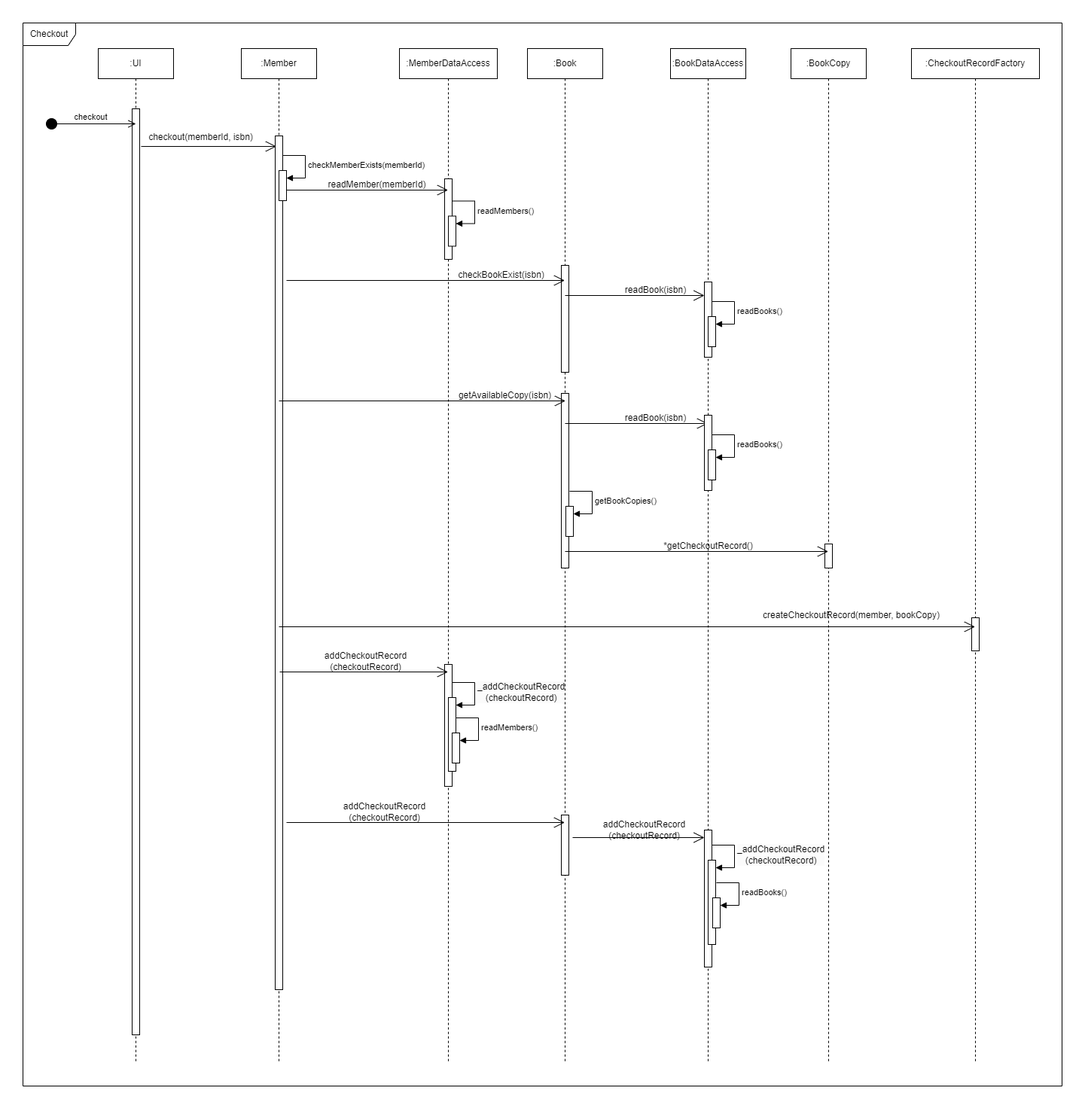
Bishnupkl/mppProject keeps this draw.io diagram as src/Diagram/Sequence/Checkout.png. Above is the earlier version. Source tidied: cells renumbered, new cells last; positions are measured from the earlier drawing's top-left corner, leaving out a move shared by most shapes. Its diagram source:
```xml
<mxGraphModel>
  <root>
    <mxCell id="0" />
    <mxCell id="1" parent="0" />
    <mxCell id="2" value=":UI" style="shape=umlLifeline;perimeter=lifelinePerimeter;whiteSpace=wrap;html=1;newEdgeStyle={&quot;curved&quot;:0,&quot;rounded&quot;:0};" parent="1" vertex="1">
      <mxGeometry x="100" y="34" width="100" height="1348" as="geometry" />
    </mxCell>
    <mxCell id="3" style="html=1;perimeter=orthogonalPerimeter;targetShapes=umlLifeline;newEdgeStyle={&quot;curved&quot;:0,&quot;rounded&quot;:0};" parent="2" vertex="1">
      <mxGeometry x="45" y="80" width="10" height="1230" as="geometry" />
    </mxCell>
    <mxCell id="4" value="checkout" style="html=1;verticalAlign=bottom;startArrow=circle;startFill=1;endArrow=open;startSize=6;endSize=8;curved=0;rounded=0;" parent="1" edge="1">
      <mxGeometry relative="1" as="geometry">
        <mxPoint x="30" y="134" as="sourcePoint" />
        <mxPoint x="150" y="134" as="targetPoint" />
      </mxGeometry>
    </mxCell>
    <mxCell id="5" style="endArrow=open;endFill=1;endSize=12;html=1;rounded=0;" parent="1" edge="1">
      <mxGeometry relative="1" as="geometry">
        <mxPoint x="157" y="164" as="sourcePoint" />
        <mxPoint x="336.5" y="164" as="targetPoint" />
      </mxGeometry>
    </mxCell>
    <mxCell id="6" value="checkout(memberId, isbn)" style="text;html=1;align=center;verticalAlign=middle;strokeColor=none;fillColor=none;" parent="1" vertex="1">
      <mxGeometry x="156" y="137" width="160" height="30" as="geometry" />
    </mxCell>
    <mxCell id="7" value=":Member" style="shape=umlLifeline;perimeter=lifelinePerimeter;whiteSpace=wrap;html=1;newEdgeStyle={&quot;curved&quot;:0,&quot;rounded&quot;:0};" parent="1" vertex="1">
      <mxGeometry x="290" y="34" width="100" height="1348" as="geometry" />
    </mxCell>
    <mxCell id="8" style="html=1;perimeter=orthogonalPerimeter;targetShapes=umlLifeline;newEdgeStyle={&quot;curved&quot;:0,&quot;rounded&quot;:0};" parent="7" vertex="1">
      <mxGeometry x="45" y="116" width="10" height="1134" as="geometry" />
    </mxCell>
    <mxCell id="9" style="html=1;points=[[0,0,0,0,5],[0,1,0,0,-5],[1,0,0,0,5],[1,1,0,0,-5]];perimeter=orthogonalPerimeter;outlineConnect=0;targetShapes=umlLifeline;portConstraint=eastwest;newEdgeStyle={&quot;curved&quot;:0,&quot;rounded&quot;:0};" parent="7" vertex="1">
      <mxGeometry x="50" y="162" width="10" height="40" as="geometry" />
    </mxCell>
    <mxCell id="10" value="checkMemberExists(memberId)" style="html=1;align=left;spacingLeft=2;endArrow=block;rounded=0;edgeStyle=orthogonalEdgeStyle;curved=0;rounded=0;" parent="7" edge="1" target="9">
      <mxGeometry relative="1" as="geometry">
        <mxPoint x="55" y="142" as="sourcePoint" />
        <Array as="points">
          <mxPoint x="85" y="172" />
        </Array>
      </mxGeometry>
    </mxCell>
    <mxCell id="11" value=":MemberDataAccess" style="shape=umlLifeline;perimeter=lifelinePerimeter;whiteSpace=wrap;html=1;outlineConnect=0;portConstraint=eastwest;newEdgeStyle={&quot;curved&quot;:0,&quot;rounded&quot;:0};" parent="1" vertex="1">
      <mxGeometry x="500" y="34" width="130" height="1348" as="geometry" />
    </mxCell>
    <mxCell id="12" style="html=1;perimeter=orthogonalPerimeter;targetShapes=umlLifeline;newEdgeStyle={&quot;curved&quot;:0,&quot;rounded&quot;:0};" parent="11" vertex="1">
      <mxGeometry x="60" y="173" width="10" height="107" as="geometry" />
    </mxCell>
    <mxCell id="13" style="html=1;points=[[0,0,0,0,5],[0,1,0,0,-5],[1,0,0,0,5],[1,1,0,0,-5]];perimeter=orthogonalPerimeter;outlineConnect=0;targetShapes=umlLifeline;portConstraint=eastwest;newEdgeStyle={&quot;curved&quot;:0,&quot;rounded&quot;:0};" parent="11" vertex="1">
      <mxGeometry x="65" y="222.5" width="10" height="40" as="geometry" />
    </mxCell>
    <mxCell id="14" value="readMembers()" style="html=1;align=left;spacingLeft=2;endArrow=block;rounded=0;edgeStyle=orthogonalEdgeStyle;curved=0;rounded=0;" parent="11" edge="1" target="13">
      <mxGeometry relative="1" as="geometry">
        <mxPoint x="70" y="202.5" as="sourcePoint" />
        <Array as="points">
          <mxPoint x="100" y="232.5" />
        </Array>
      </mxGeometry>
    </mxCell>
    <mxCell id="15" style="html=1;perimeter=orthogonalPerimeter;targetShapes=umlLifeline;newEdgeStyle={&quot;curved&quot;:0,&quot;rounded&quot;:0};" parent="11" vertex="1">
      <mxGeometry x="60" y="818" width="10" height="162" as="geometry" />
    </mxCell>
    <mxCell id="16" style="html=1;points=[[0,0,0,0,5],[0,1,0,0,-5],[1,0,0,0,5],[1,1,0,0,-5]];perimeter=orthogonalPerimeter;outlineConnect=0;targetShapes=umlLifeline;portConstraint=eastwest;newEdgeStyle={&quot;curved&quot;:0,&quot;rounded&quot;:0};" parent="11" vertex="1">
      <mxGeometry x="65" y="862" width="10" height="98" as="geometry" />
    </mxCell>
    <mxCell id="17" value="&lt;span style=&quot;font-size: 12px; text-align: center; background-color: rgb(251, 251, 251);&quot;&gt;_addCheckoutRecord&lt;/span&gt;&lt;div style=&quot;font-size: 12px; text-align: center; background-color: rgb(251, 251, 251);&quot;&gt;(checkoutRecord)&lt;/div&gt;" style="html=1;align=left;spacingLeft=2;endArrow=block;rounded=0;edgeStyle=orthogonalEdgeStyle;curved=0;rounded=0;" parent="11" edge="1" target="16">
      <mxGeometry relative="1" as="geometry">
        <mxPoint x="70" y="842" as="sourcePoint" />
        <Array as="points">
          <mxPoint x="100" y="872" />
        </Array>
      </mxGeometry>
    </mxCell>
    <mxCell id="18" style="html=1;points=[[0,0,0,0,5],[0,1,0,0,-5],[1,0,0,0,5],[1,1,0,0,-5]];perimeter=orthogonalPerimeter;outlineConnect=0;targetShapes=umlLifeline;portConstraint=eastwest;newEdgeStyle={&quot;curved&quot;:0,&quot;rounded&quot;:0};" parent="11" vertex="1">
      <mxGeometry x="70" y="909" width="10" height="40" as="geometry" />
    </mxCell>
    <mxCell id="19" value="readMembers()" style="html=1;align=left;spacingLeft=2;endArrow=block;rounded=0;edgeStyle=orthogonalEdgeStyle;curved=0;rounded=0;" parent="11" edge="1" target="18">
      <mxGeometry relative="1" as="geometry">
        <mxPoint x="75" y="889" as="sourcePoint" />
        <Array as="points">
          <mxPoint x="105" y="919" />
        </Array>
      </mxGeometry>
    </mxCell>
    <mxCell id="20" style="endArrow=open;endFill=1;endSize=12;html=1;rounded=0;" parent="1" edge="1" target="11">
      <mxGeometry relative="1" as="geometry">
        <mxPoint x="350" y="222" as="sourcePoint" />
      </mxGeometry>
    </mxCell>
    <mxCell id="21" value="readMember(memberId)" style="text;html=1;align=center;verticalAlign=middle;strokeColor=none;fillColor=none;" parent="1" vertex="1">
      <mxGeometry x="395" y="200" width="150" height="30" as="geometry" />
    </mxCell>
    <mxCell id="22" value=":Book" style="shape=umlLifeline;perimeter=lifelinePerimeter;whiteSpace=wrap;html=1;outlineConnect=0;portConstraint=eastwest;newEdgeStyle={&quot;curved&quot;:0,&quot;rounded&quot;:0};" parent="1" vertex="1">
      <mxGeometry x="670" y="34" width="100" height="1348" as="geometry" />
    </mxCell>
    <mxCell id="23" style="html=1;perimeter=orthogonalPerimeter;targetShapes=umlLifeline;newEdgeStyle={&quot;curved&quot;:0,&quot;rounded&quot;:0};" parent="22" vertex="1">
      <mxGeometry x="45" y="288" width="10" height="142" as="geometry" />
    </mxCell>
    <mxCell id="24" style="html=1;perimeter=orthogonalPerimeter;targetShapes=umlLifeline;newEdgeStyle={&quot;curved&quot;:0,&quot;rounded&quot;:0};" parent="22" vertex="1">
      <mxGeometry x="45" y="458" width="10" height="232" as="geometry" />
    </mxCell>
    <mxCell id="25" style="html=1;points=[[0,0,0,0,5],[0,1,0,0,-5],[1,0,0,0,5],[1,1,0,0,-5]];perimeter=orthogonalPerimeter;outlineConnect=0;targetShapes=umlLifeline;portConstraint=eastwest;newEdgeStyle={&quot;curved&quot;:0,&quot;rounded&quot;:0};" parent="22" vertex="1">
      <mxGeometry x="51" y="608" width="10" height="40" as="geometry" />
    </mxCell>
    <mxCell id="26" value="getBookCopies()" style="html=1;align=left;spacingLeft=2;endArrow=block;rounded=0;edgeStyle=orthogonalEdgeStyle;curved=0;rounded=0;" parent="22" edge="1" target="25">
      <mxGeometry relative="1" as="geometry">
        <mxPoint x="56" y="588" as="sourcePoint" />
        <Array as="points">
          <mxPoint x="86" y="618" />
        </Array>
      </mxGeometry>
    </mxCell>
    <mxCell id="27" style="html=1;perimeter=orthogonalPerimeter;targetShapes=umlLifeline;newEdgeStyle={&quot;curved&quot;:0,&quot;rounded&quot;:0};" parent="22" vertex="1">
      <mxGeometry x="45" y="1018" width="10" height="80" as="geometry" />
    </mxCell>
    <mxCell id="28" style="endArrow=open;endFill=1;endSize=12;html=1;rounded=0;" parent="1" edge="1" target="22">
      <mxGeometry relative="1" as="geometry">
        <mxPoint x="350" y="342" as="sourcePoint" />
      </mxGeometry>
    </mxCell>
    <mxCell id="29" value="checkBookExist(isbn)" style="text;html=1;align=center;verticalAlign=middle;strokeColor=none;fillColor=none;" parent="1" vertex="1">
      <mxGeometry x="565" y="320" width="140" height="30" as="geometry" />
    </mxCell>
    <mxCell id="30" value=":BookDataAccess" style="shape=umlLifeline;perimeter=lifelinePerimeter;whiteSpace=wrap;html=1;outlineConnect=0;portConstraint=eastwest;newEdgeStyle={&quot;curved&quot;:0,&quot;rounded&quot;:0};" parent="1" vertex="1">
      <mxGeometry x="860" y="34" width="100" height="1348" as="geometry" />
    </mxCell>
    <mxCell id="31" style="html=1;points=[[0,0,0,0,5],[0,1,0,0,-5],[1,0,0,0,5],[1,1,0,0,-5]];perimeter=orthogonalPerimeter;outlineConnect=0;targetShapes=umlLifeline;portConstraint=eastwest;newEdgeStyle={&quot;curved&quot;:0,&quot;rounded&quot;:0};" parent="30" vertex="1">
      <mxGeometry x="45" y="310" width="10" height="100" as="geometry" />
    </mxCell>
    <mxCell id="32" style="html=1;points=[[0,0,0,0,5],[0,1,0,0,-5],[1,0,0,0,5],[1,1,0,0,-5]];perimeter=orthogonalPerimeter;outlineConnect=0;targetShapes=umlLifeline;portConstraint=eastwest;newEdgeStyle={&quot;curved&quot;:0,&quot;rounded&quot;:0};" parent="30" vertex="1">
      <mxGeometry x="50" y="356" width="10" height="40" as="geometry" />
    </mxCell>
    <mxCell id="33" value="readBooks()" style="html=1;align=left;spacingLeft=2;endArrow=block;rounded=0;edgeStyle=orthogonalEdgeStyle;curved=0;rounded=0;" parent="30" edge="1" target="32">
      <mxGeometry relative="1" as="geometry">
        <mxPoint x="55" y="336" as="sourcePoint" />
        <Array as="points">
          <mxPoint x="85" y="366" />
        </Array>
      </mxGeometry>
    </mxCell>
    <mxCell id="34" style="html=1;points=[[0,0,0,0,5],[0,1,0,0,-5],[1,0,0,0,5],[1,1,0,0,-5]];perimeter=orthogonalPerimeter;outlineConnect=0;targetShapes=umlLifeline;portConstraint=eastwest;newEdgeStyle={&quot;curved&quot;:0,&quot;rounded&quot;:0};" parent="30" vertex="1">
      <mxGeometry x="45" y="1038" width="10" height="182" as="geometry" />
    </mxCell>
    <mxCell id="35" style="html=1;points=[[0,0,0,0,5],[0,1,0,0,-5],[1,0,0,0,5],[1,1,0,0,-5]];perimeter=orthogonalPerimeter;outlineConnect=0;targetShapes=umlLifeline;portConstraint=eastwest;newEdgeStyle={&quot;curved&quot;:0,&quot;rounded&quot;:0};" parent="30" vertex="1">
      <mxGeometry x="50" y="1078" width="10" height="112" as="geometry" />
    </mxCell>
    <mxCell id="36" value="&lt;span style=&quot;font-size: 12px; text-align: center; background-color: rgb(251, 251, 251);&quot;&gt;_addCheckoutRecord&lt;/span&gt;&lt;div style=&quot;font-size: 12px; text-align: center; background-color: rgb(251, 251, 251);&quot;&gt;(checkoutRecord)&lt;/div&gt;" style="html=1;align=left;spacingLeft=2;endArrow=block;rounded=0;edgeStyle=orthogonalEdgeStyle;curved=0;rounded=0;" parent="30" edge="1" target="35">
      <mxGeometry relative="1" as="geometry">
        <mxPoint x="55" y="1058" as="sourcePoint" />
        <Array as="points">
          <mxPoint x="85" y="1088" />
        </Array>
      </mxGeometry>
    </mxCell>
    <mxCell id="37" style="html=1;points=[[0,0,0,0,5],[0,1,0,0,-5],[1,0,0,0,5],[1,1,0,0,-5]];perimeter=orthogonalPerimeter;outlineConnect=0;targetShapes=umlLifeline;portConstraint=eastwest;newEdgeStyle={&quot;curved&quot;:0,&quot;rounded&quot;:0};" parent="30" vertex="1">
      <mxGeometry x="56" y="1128" width="10" height="40" as="geometry" />
    </mxCell>
    <mxCell id="38" value="readBooks()" style="html=1;align=left;spacingLeft=2;endArrow=block;rounded=0;edgeStyle=orthogonalEdgeStyle;curved=0;rounded=0;" parent="30" edge="1" target="37">
      <mxGeometry relative="1" as="geometry">
        <mxPoint x="61" y="1108" as="sourcePoint" />
        <Array as="points">
          <mxPoint x="91" y="1138" />
        </Array>
      </mxGeometry>
    </mxCell>
    <mxCell id="39" style="endArrow=open;endFill=1;endSize=12;html=1;rounded=0;" parent="1" edge="1" target="31">
      <mxGeometry relative="1" as="geometry">
        <mxPoint x="720" y="362" as="sourcePoint" />
      </mxGeometry>
    </mxCell>
    <mxCell id="40" value="readBook(isbn)" style="text;html=1;align=center;verticalAlign=middle;strokeColor=none;fillColor=none;" parent="1" vertex="1">
      <mxGeometry x="790" y="340" width="100" height="30" as="geometry" />
    </mxCell>
    <mxCell id="41" style="endArrow=open;endFill=1;endSize=12;html=1;rounded=0;" parent="1" edge="1">
      <mxGeometry relative="1" as="geometry">
        <mxPoint x="340" y="502" as="sourcePoint" />
        <mxPoint x="720.5" y="502" as="targetPoint" />
      </mxGeometry>
    </mxCell>
    <mxCell id="42" value="getAvailableCopy(isbn)" style="text;html=1;align=center;verticalAlign=middle;strokeColor=none;fillColor=none;" parent="1" vertex="1">
      <mxGeometry x="565" y="480" width="150" height="30" as="geometry" />
    </mxCell>
    <mxCell id="43" style="endArrow=open;endFill=1;endSize=12;html=1;rounded=0;" parent="1" edge="1" target="30">
      <mxGeometry relative="1" as="geometry">
        <mxPoint x="720" y="532" as="sourcePoint" />
      </mxGeometry>
    </mxCell>
    <mxCell id="44" value="readBook(isbn)" style="text;html=1;align=center;verticalAlign=middle;strokeColor=none;fillColor=none;" parent="1" vertex="1">
      <mxGeometry x="790" y="510" width="100" height="30" as="geometry" />
    </mxCell>
    <mxCell id="45" style="html=1;perimeter=orthogonalPerimeter;targetShapes=umlLifeline;newEdgeStyle={&quot;curved&quot;:0,&quot;rounded&quot;:0};" parent="1" vertex="1">
      <mxGeometry x="905" y="521" width="10" height="100" as="geometry" />
    </mxCell>
    <mxCell id="46" style="html=1;points=[[0,0,0,0,5],[0,1,0,0,-5],[1,0,0,0,5],[1,1,0,0,-5]];perimeter=orthogonalPerimeter;outlineConnect=0;targetShapes=umlLifeline;portConstraint=eastwest;newEdgeStyle={&quot;curved&quot;:0,&quot;rounded&quot;:0};" parent="1" vertex="1">
      <mxGeometry x="910" y="567" width="10" height="40" as="geometry" />
    </mxCell>
    <mxCell id="47" value="readBooks()" style="html=1;align=left;spacingLeft=2;endArrow=block;rounded=0;edgeStyle=orthogonalEdgeStyle;curved=0;rounded=0;" parent="1" edge="1" target="46">
      <mxGeometry relative="1" as="geometry">
        <mxPoint x="915" y="547" as="sourcePoint" />
        <Array as="points">
          <mxPoint x="945" y="577" />
        </Array>
      </mxGeometry>
    </mxCell>
    <mxCell id="48" value=":BookCopy" style="shape=umlLifeline;perimeter=lifelinePerimeter;whiteSpace=wrap;html=1;outlineConnect=0;portConstraint=eastwest;newEdgeStyle={&quot;curved&quot;:0,&quot;rounded&quot;:0};" parent="1" vertex="1">
      <mxGeometry x="1020" y="34" width="100" height="1348" as="geometry" />
    </mxCell>
    <mxCell id="49" style="html=1;perimeter=orthogonalPerimeter;targetShapes=umlLifeline;newEdgeStyle={&quot;curved&quot;:0,&quot;rounded&quot;:0};" parent="48" vertex="1">
      <mxGeometry x="45" y="658" width="10" height="32" as="geometry" />
    </mxCell>
    <mxCell id="50" style="endArrow=open;endFill=1;endSize=12;html=1;rounded=0;" parent="1" edge="1" target="48">
      <mxGeometry relative="1" as="geometry">
        <mxPoint x="720" y="702" as="sourcePoint" />
      </mxGeometry>
    </mxCell>
    <mxCell id="51" value="*getCheckoutRecord()" style="text;html=1;align=center;verticalAlign=middle;strokeColor=none;fillColor=none;" parent="1" vertex="1">
      <mxGeometry x="840" y="680" width="140" height="30" as="geometry" />
    </mxCell>
    <mxCell id="52" value=":CheckoutRecordFactory" style="shape=umlLifeline;perimeter=lifelinePerimeter;whiteSpace=wrap;html=1;outlineConnect=0;portConstraint=eastwest;newEdgeStyle={&quot;curved&quot;:0,&quot;rounded&quot;:0};" parent="1" vertex="1">
      <mxGeometry x="1180" y="34" width="170" height="1348" as="geometry" />
    </mxCell>
    <mxCell id="53" style="html=1;perimeter=orthogonalPerimeter;targetShapes=umlLifeline;newEdgeStyle={&quot;curved&quot;:0,&quot;rounded&quot;:0};" parent="52" vertex="1">
      <mxGeometry x="80" y="756" width="10" height="44" as="geometry" />
    </mxCell>
    <mxCell id="54" value="createCheckoutRecord(member, bookCopy)" style="text;html=1;align=center;verticalAlign=middle;strokeColor=none;fillColor=none;" parent="1" vertex="1">
      <mxGeometry x="970" y="772" width="260" height="30" as="geometry" />
    </mxCell>
    <mxCell id="55" style="endArrow=open;endFill=1;endSize=12;html=1;rounded=0;" parent="1" edge="1" target="52">
      <mxGeometry relative="1" as="geometry">
        <mxPoint x="340" y="802" as="sourcePoint" />
      </mxGeometry>
    </mxCell>
    <mxCell id="56" style="endArrow=open;endFill=1;endSize=12;html=1;rounded=0;" parent="1" edge="1" target="11">
      <mxGeometry relative="1" as="geometry">
        <mxPoint x="341" y="862" as="sourcePoint" />
      </mxGeometry>
    </mxCell>
    <mxCell id="57" value="addCheckoutRecord&lt;div&gt;(checkoutRecord)&lt;/div&gt;" style="text;html=1;align=center;verticalAlign=middle;strokeColor=none;fillColor=none;" parent="1" vertex="1">
      <mxGeometry x="390" y="828" width="130" height="40" as="geometry" />
    </mxCell>
    <mxCell id="58" style="endArrow=open;endFill=1;endSize=12;html=1;rounded=0;" parent="1" edge="1" target="22">
      <mxGeometry relative="1" as="geometry">
        <mxPoint x="350" y="1062" as="sourcePoint" />
      </mxGeometry>
    </mxCell>
    <mxCell id="59" value="addCheckoutRecord&lt;div&gt;(checkoutRecord)&lt;/div&gt;" style="text;html=1;align=center;verticalAlign=middle;strokeColor=none;fillColor=none;" parent="1" vertex="1">
      <mxGeometry x="415" y="1028" width="130" height="40" as="geometry" />
    </mxCell>
    <mxCell id="60" style="endArrow=open;endFill=1;endSize=12;html=1;rounded=0;" parent="1" edge="1" target="34">
      <mxGeometry relative="1" as="geometry">
        <mxPoint x="730" y="1082" as="sourcePoint" />
      </mxGeometry>
    </mxCell>
    <mxCell id="61" value="addCheckoutRecord&lt;div&gt;(checkoutRecord)&lt;/div&gt;" style="text;html=1;align=center;verticalAlign=middle;strokeColor=none;fillColor=none;" parent="1" vertex="1">
      <mxGeometry x="760" y="1052" width="130" height="40" as="geometry" />
    </mxCell>
    <mxCell id="62" value="&lt;span style=&quot;text-wrap: nowrap;&quot;&gt;Checkout&lt;/span&gt;" style="shape=umlFrame;whiteSpace=wrap;html=1;width=70;height=30;" parent="1" vertex="1">
      <mxGeometry width="1380" height="1412" as="geometry" />
    </mxCell>
  </root>
</mxGraphModel>
```
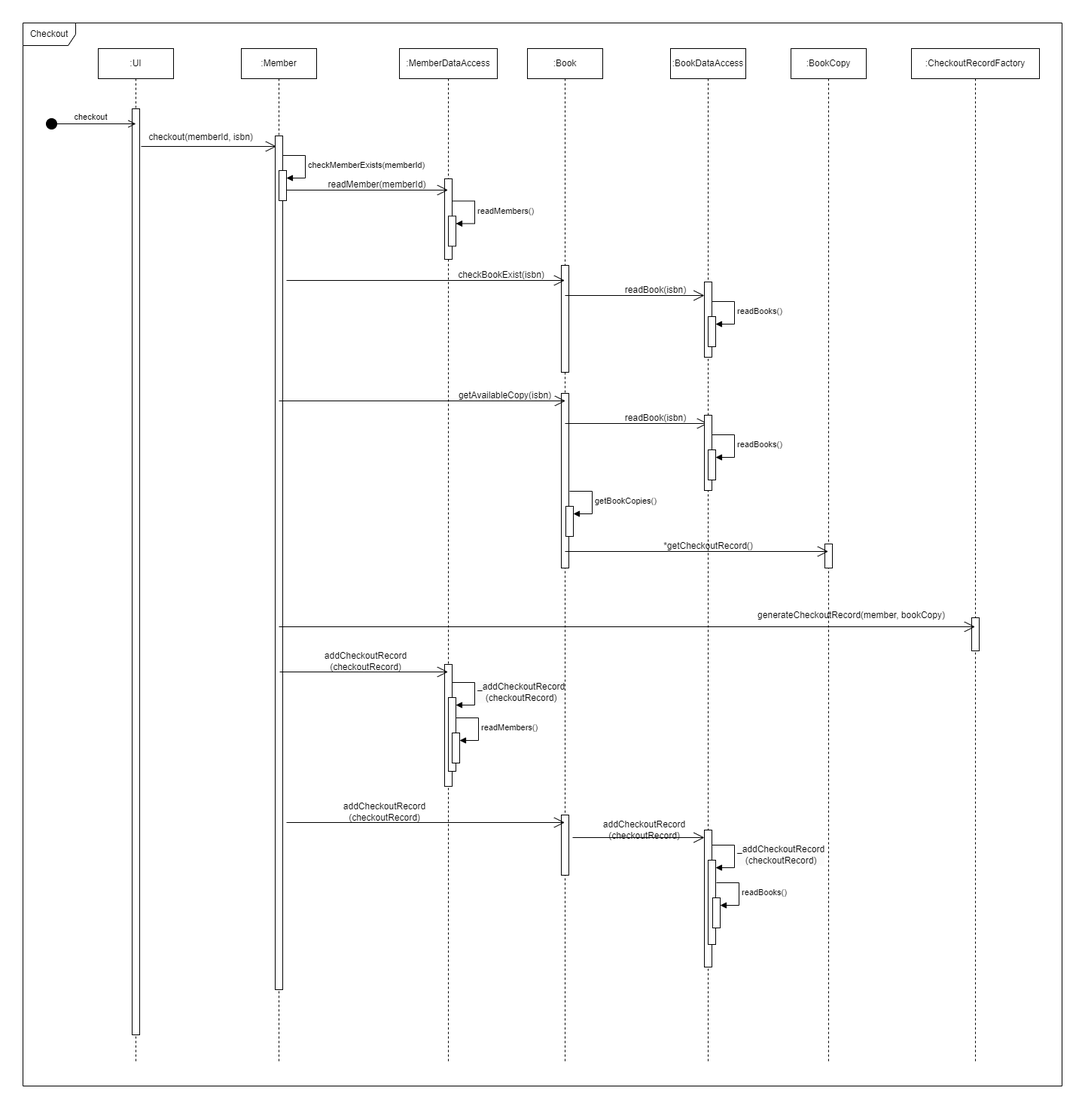
After the commit.

Commit message:
Update checkout sequence diagram

Change to the diagram source:
```diff
@@ -222,8 +222,8 @@
     <mxCell id="53" style="html=1;perimeter=orthogonalPerimeter;targetShapes=umlLifeline;newEdgeStyle={&quot;curved&quot;:0,&quot;rounded&quot;:0};" parent="52" vertex="1">
       <mxGeometry x="80" y="756" width="10" height="44" as="geometry" />
     </mxCell>
-    <mxCell id="54" value="createCheckoutRecord(member, bookCopy)" style="text;html=1;align=center;verticalAlign=middle;strokeColor=none;fillColor=none;" parent="1" vertex="1">
-      <mxGeometry x="970" y="772" width="260" height="30" as="geometry" />
+    <mxCell id="54" value="generateCheckoutRecord(member, bookCopy)" style="text;html=1;align=center;verticalAlign=middle;strokeColor=none;fillColor=none;" parent="1" vertex="1">
+      <mxGeometry x="965" y="772" width="270" height="30" as="geometry" />
     </mxCell>
     <mxCell id="55" style="endArrow=open;endFill=1;endSize=12;html=1;rounded=0;" parent="1" edge="1" target="52">
       <mxGeometry relative="1" as="geometry">
```
